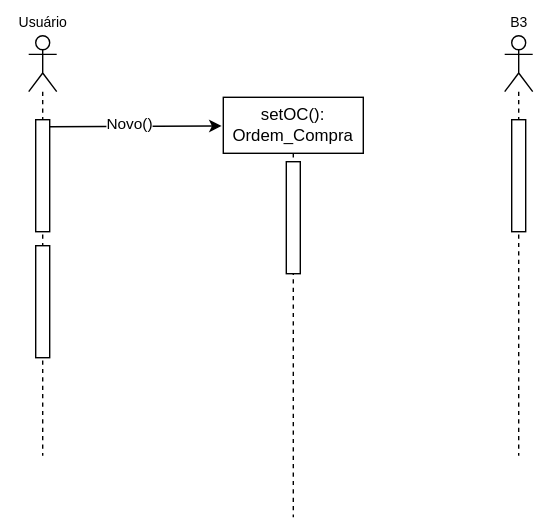
This is CSCaso5.drawio.svg from JesCat16/Projeto01_Modelagem_De_Software, a draw.io export, as it was before one commit. Source tidied: cells renumbered, new cells last; positions are measured from the earlier drawing's top-left corner, leaving out a move shared by most shapes.
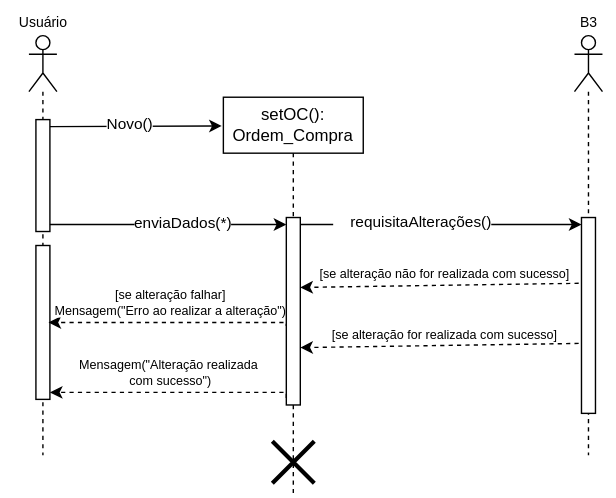
The same file after the commit.

What changed in the source:
```diff
@@ -19,25 +19,88 @@
       <mxGeometry x="5" y="60" width="10" height="80" as="geometry" />
     </mxCell>
     <mxCell id="6" style="html=1;points=[[0,0,0,0,5],[0,1,0,0,-5],[1,0,0,0,5],[1,1,0,0,-5]];perimeter=orthogonalPerimeter;outlineConnect=0;targetShapes=umlLifeline;portConstraint=eastwest;newEdgeStyle={&quot;curved&quot;:0,&quot;rounded&quot;:0};" parent="2" vertex="1">
-      <mxGeometry x="5" y="150" width="10" height="80" as="geometry" />
+      <mxGeometry x="5" y="150" width="10" height="110" as="geometry" />
     </mxCell>
     <mxCell id="7" value="setOC():&lt;div&gt;Ordem_Compra&lt;/div&gt;" style="shape=umlLifeline;perimeter=lifelinePerimeter;whiteSpace=wrap;html=1;newEdgeStyle={&quot;curved&quot;:0,&quot;rounded&quot;:0};" parent="1" vertex="1">
-      <mxGeometry x="159" y="69" width="100" height="300" as="geometry" />
+      <mxGeometry x="159" y="69" width="100" height="286" as="geometry" />
     </mxCell>
+    <mxCell id="13" style="edgeStyle=orthogonalEdgeStyle;rounded=0;orthogonalLoop=1;jettySize=auto;html=1;curved=0;dashed=1;" parent="7" edge="1">
+      <mxGeometry relative="1" as="geometry">
+        <mxPoint x="47" y="163" as="sourcePoint" />
+        <mxPoint x="-125" y="161" as="targetPoint" />
+        <Array as="points">
+          <mxPoint x="45" y="161" />
+        </Array>
+      </mxGeometry>
+    </mxCell>
+    <mxCell id="14" value="[se alteração falhar]&lt;div style=&quot;font-size: 9px;&quot;&gt;Mensagem(&quot;Erro ao realizar a alteração&quot;)&lt;/div&gt;" style="edgeLabel;html=1;align=center;verticalAlign=middle;fontSize=9;" parent="13" vertex="1">
+      <mxGeometry x="-0.05" y="-1" relative="1" as="geometry">
+        <mxPoint x="-5" y="-14" as="offset" />
+      </mxGeometry>
+    </mxCell>
     <mxCell id="8" style="html=1;points=[[0,0,0,0,5],[0,1,0,0,-5],[1,0,0,0,5],[1,1,0,0,-5]];perimeter=orthogonalPerimeter;outlineConnect=0;targetShapes=umlLifeline;portConstraint=eastwest;newEdgeStyle={&quot;curved&quot;:0,&quot;rounded&quot;:0};" parent="7" vertex="1">
-      <mxGeometry x="45" y="46" width="10" height="80" as="geometry" />
+      <mxGeometry x="45" y="86" width="10" height="134" as="geometry" />
     </mxCell>
+    <mxCell id="15" style="shape=umlDestroy;whiteSpace=wrap;html=1;strokeWidth=3;targetShapes=umlLifeline;" parent="7" vertex="1">
+      <mxGeometry x="35" y="246" width="30" height="30" as="geometry" />
+    </mxCell>
     <mxCell id="9" style="shape=umlLifeline;perimeter=lifelinePerimeter;whiteSpace=wrap;html=1;newEdgeStyle={&quot;curved&quot;:0,&quot;rounded&quot;:0};participant=umlActor;" parent="1" vertex="1">
-      <mxGeometry x="360" y="25" width="20" height="300" as="geometry" />
+      <mxGeometry x="410" y="25" width="20" height="300" as="geometry" />
     </mxCell>
-    <mxCell id="10" style="html=1;points=[[0,0,0,0,5],[0,1,0,0,-5],[1,0,0,0,5],[1,1,0,0,-5]];perimeter=orthogonalPerimeter;outlineConnect=0;targetShapes=umlLifeline;portConstraint=eastwest;newEdgeStyle={&quot;curved&quot;:0,&quot;rounded&quot;:0};" parent="9" vertex="1">
-      <mxGeometry x="5" y="60" width="10" height="80" as="geometry" />
-    </mxCell>
     <mxCell id="11" value="Usuário" style="text;html=1;align=center;verticalAlign=middle;strokeColor=none;fillColor=none;fontSize=10;" parent="1" vertex="1">
       <mxGeometry width="60" height="30" as="geometry" />
     </mxCell>
     <mxCell id="12" value="B3" style="text;html=1;align=center;verticalAlign=middle;strokeColor=none;fillColor=none;fontSize=10;" parent="1" vertex="1">
-      <mxGeometry x="350" width="40" height="30" as="geometry" />
+      <mxGeometry x="400" width="40" height="30" as="geometry" />
     </mxCell>
+    <mxCell id="16" style="edgeStyle=orthogonalEdgeStyle;rounded=0;jettySize=auto;html=1;curved=0;exitX=1;exitY=1;exitDx=0;exitDy=-5;exitPerimeter=0;entryX=0;entryY=0;entryDx=0;entryDy=5;entryPerimeter=0;" parent="1" edge="1" source="5" target="8">
+      <mxGeometry relative="1" as="geometry" />
+    </mxCell>
+    <mxCell id="17" value="enviaDados(*)" style="edgeLabel;html=1;align=center;verticalAlign=middle;" parent="16" vertex="1">
+      <mxGeometry x="0.11" y="2" relative="1" as="geometry" />
+    </mxCell>
+    <mxCell id="18" style="edgeStyle=orthogonalEdgeStyle;rounded=0;jettySize=auto;html=1;curved=0;exitX=1;exitY=0;exitDx=0;exitDy=5;exitPerimeter=0;entryX=0;entryY=0;entryDx=0;entryDy=5;entryPerimeter=0;" parent="1" edge="1" source="8" target="10">
+      <mxGeometry relative="1" as="geometry" />
+    </mxCell>
+    <mxCell id="19" value="&amp;nbsp; &amp;nbsp; requisitaAlterações()" style="edgeLabel;html=1;align=center;verticalAlign=middle;" parent="18" vertex="1">
+      <mxGeometry x="-0.22" y="3" relative="1" as="geometry" />
+    </mxCell>
+    <mxCell id="20" style="endArrow=classic;html=1;rounded=0;dashed=1;" parent="1" edge="1">
+      <mxGeometry relative="1" as="geometry">
+        <mxPoint x="413" y="202" as="sourcePoint" />
+        <mxPoint x="214" y="205" as="targetPoint" />
+      </mxGeometry>
+    </mxCell>
+    <mxCell id="21" value="&lt;font style=&quot;font-size: 9px;&quot;&gt;[se alteração não for realizada com sucesso]&lt;/font&gt;" style="edgeLabel;html=1;align=center;verticalAlign=middle;" parent="20" vertex="1">
+      <mxGeometry x="-0.21" y="1" relative="1" as="geometry">
+        <mxPoint x="-19" y="-10" as="offset" />
+      </mxGeometry>
+    </mxCell>
+    <mxCell id="10" style="html=1;points=[[0,0,0,0,5],[0,1,0,0,-5],[1,0,0,0,5],[1,1,0,0,-5]];perimeter=orthogonalPerimeter;outlineConnect=0;targetShapes=umlLifeline;portConstraint=eastwest;newEdgeStyle={&quot;curved&quot;:0,&quot;rounded&quot;:0};" parent="1" vertex="1">
+      <mxGeometry x="415" y="155" width="10" height="140" as="geometry" />
+    </mxCell>
+    <mxCell id="22" style="endArrow=classic;html=1;rounded=0;dashed=1;" parent="1" edge="1">
+      <mxGeometry relative="1" as="geometry">
+        <mxPoint x="413" y="245" as="sourcePoint" />
+        <mxPoint x="214" y="248" as="targetPoint" />
+      </mxGeometry>
+    </mxCell>
+    <mxCell id="23" value="&lt;font style=&quot;font-size: 9px;&quot;&gt;[se alteração for realizada com sucesso]&lt;/font&gt;" style="edgeLabel;html=1;align=center;verticalAlign=middle;" parent="22" vertex="1">
+      <mxGeometry x="-0.21" y="1" relative="1" as="geometry">
+        <mxPoint x="-19" y="-10" as="offset" />
+      </mxGeometry>
+    </mxCell>
+    <mxCell id="24" style="edgeStyle=orthogonalEdgeStyle;rounded=0;jettySize=auto;html=1;curved=0;exitX=0;exitY=1;exitDx=0;exitDy=-5;exitPerimeter=0;entryX=1;entryY=1;entryDx=0;entryDy=-5;entryPerimeter=0;dashed=1;" parent="1" edge="1" source="8" target="6">
+      <mxGeometry relative="1" as="geometry">
+        <Array as="points">
+          <mxPoint x="204" y="280" />
+        </Array>
+      </mxGeometry>
+    </mxCell>
+    <mxCell id="25" value="Mensagem(&quot;Alteração realizada&amp;nbsp;&lt;div&gt;com sucesso&quot;)&lt;/div&gt;" style="edgeLabel;html=1;align=center;verticalAlign=middle;fontSize=9;" parent="24" vertex="1">
+      <mxGeometry x="-0.08" y="-3" relative="1" as="geometry">
+        <mxPoint x="-8" y="-12" as="offset" />
+      </mxGeometry>
+    </mxCell>
   </root>
 </mxGraphModel>
```
